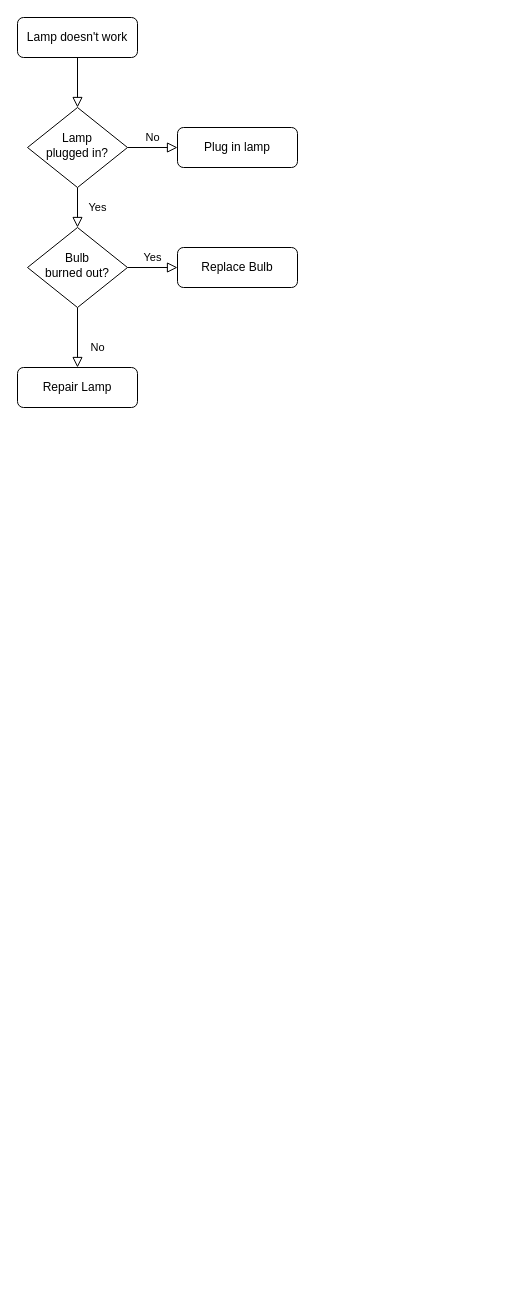
The draw.io diagram bdbuild_flowchart.drawio in BoardDog/docs, before the edit. Source tidied: cells renumbered, new cells numbered last; positions are measured from the earlier drawing's top-left corner, leaving out a move shared by most shapes. Both pictures are drawn from the tidied source at 100%, with x=0, y=0 at pixel (17, 17).
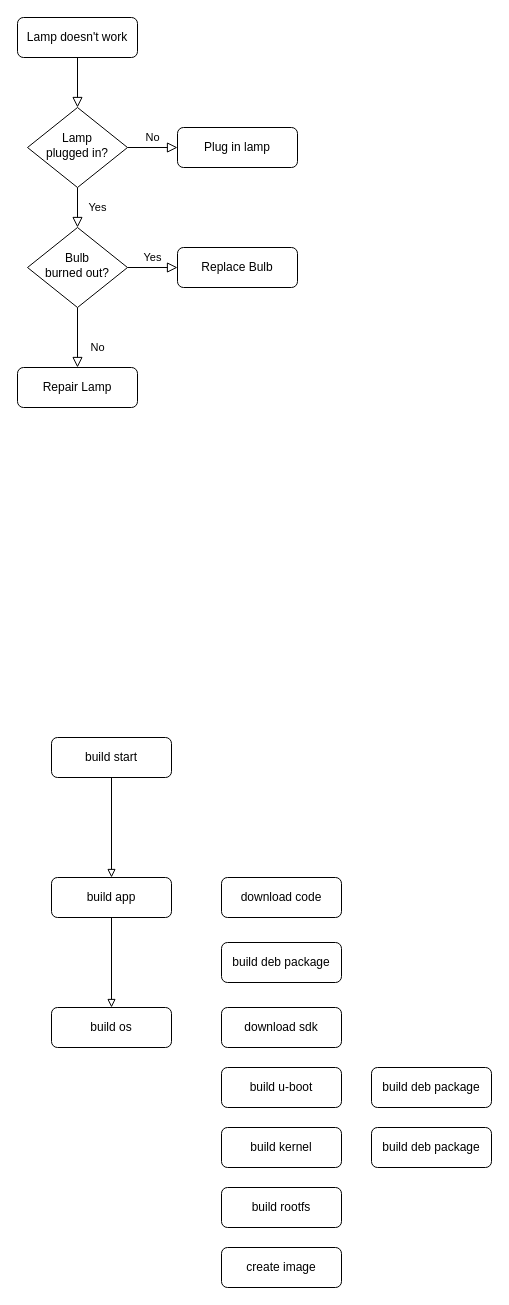
After the change.

What changed in the source:
```diff
@@
+    <mxCell id="13" style="edgeStyle=orthogonalEdgeStyle;rounded=0;jettySize=auto;html=1;exitX=0.5;exitY=1;exitDx=0;exitDy=0;entryX=0.5;entryY=0;entryDx=0;entryDy=0;endArrow=block;endFill=0;" parent="1" edge="1" source="14" target="15">
+      <mxGeometry relative="1" as="geometry" />
+    </mxCell>
+    <mxCell id="14" value="build app" style="rounded=1;whiteSpace=wrap;html=1;fontSize=12;glass=0;strokeWidth=1;shadow=0;gradientColor=none;" parent="1" vertex="1">
+      <mxGeometry x="34" y="860" width="120" height="40" as="geometry" />
+    </mxCell>
+    <mxCell id="15" value="build os" style="rounded=1;whiteSpace=wrap;html=1;fontSize=12;glass=0;strokeWidth=1;shadow=0;" parent="1" vertex="1">
+      <mxGeometry x="34" y="990" width="120" height="40" as="geometry" />
+    </mxCell>
+    <mxCell id="16" value="build u-boot" style="rounded=1;whiteSpace=wrap;html=1;fontSize=12;glass=0;strokeWidth=1;shadow=0;" parent="1" vertex="1">
+      <mxGeometry x="204" y="1050" width="120" height="40" as="geometry" />
+    </mxCell>
+    <mxCell id="17" value="build kernel" style="rounded=1;whiteSpace=wrap;html=1;fontSize=12;glass=0;strokeWidth=1;shadow=0;" parent="1" vertex="1">
+      <mxGeometry x="204" y="1110" width="120" height="40" as="geometry" />
+    </mxCell>
+    <mxCell id="18" value="build rootfs" style="rounded=1;whiteSpace=wrap;html=1;fontSize=12;glass=0;strokeWidth=1;shadow=0;" parent="1" vertex="1">
+      <mxGeometry x="204" y="1170" width="120" height="40" as="geometry" />
+    </mxCell>
+    <mxCell id="19" value="create image" style="rounded=1;whiteSpace=wrap;html=1;fontSize=12;glass=0;strokeWidth=1;shadow=0;" parent="1" vertex="1">
+      <mxGeometry x="204" y="1230" width="120" height="40" as="geometry" />
+    </mxCell>
+    <mxCell id="20" value="download sdk" style="rounded=1;whiteSpace=wrap;html=1;fontSize=12;glass=0;strokeWidth=1;shadow=0;" parent="1" vertex="1">
+      <mxGeometry x="204" y="990" width="120" height="40" as="geometry" />
+    </mxCell>
+    <mxCell id="21" value="download code" style="rounded=1;whiteSpace=wrap;html=1;fontSize=12;glass=0;strokeWidth=1;shadow=0;" parent="1" vertex="1">
+      <mxGeometry x="204" y="860" width="120" height="40" as="geometry" />
+    </mxCell>
+    <mxCell id="22" value="build deb package" style="rounded=1;whiteSpace=wrap;html=1;fontSize=12;glass=0;strokeWidth=1;shadow=0;" parent="1" vertex="1">
+      <mxGeometry x="204" y="925" width="120" height="40" as="geometry" />
+    </mxCell>
+    <mxCell id="23" value="build deb package" style="rounded=1;whiteSpace=wrap;html=1;fontSize=12;glass=0;strokeWidth=1;shadow=0;" parent="1" vertex="1">
+      <mxGeometry x="354" y="1110" width="120" height="40" as="geometry" />
+    </mxCell>
+    <mxCell id="24" value="build deb package" style="rounded=1;whiteSpace=wrap;html=1;fontSize=12;glass=0;strokeWidth=1;shadow=0;" parent="1" vertex="1">
+      <mxGeometry x="354" y="1050" width="120" height="40" as="geometry" />
+    </mxCell>
+    <mxCell id="25" style="edgeStyle=orthogonalEdgeStyle;rounded=0;jettySize=auto;html=1;exitX=0.5;exitY=1;exitDx=0;exitDy=0;entryX=0.5;entryY=0;entryDx=0;entryDy=0;endArrow=block;endFill=0;" parent="1" edge="1" source="26" target="14">
+      <mxGeometry relative="1" as="geometry" />
+    </mxCell>
+    <mxCell id="26" value="build start" style="rounded=1;whiteSpace=wrap;html=1;fontSize=12;glass=0;strokeWidth=1;shadow=0;gradientColor=none;" parent="1" vertex="1">
+      <mxGeometry x="34" y="720" width="120" height="40" as="geometry" />
+    </mxCell>
```
